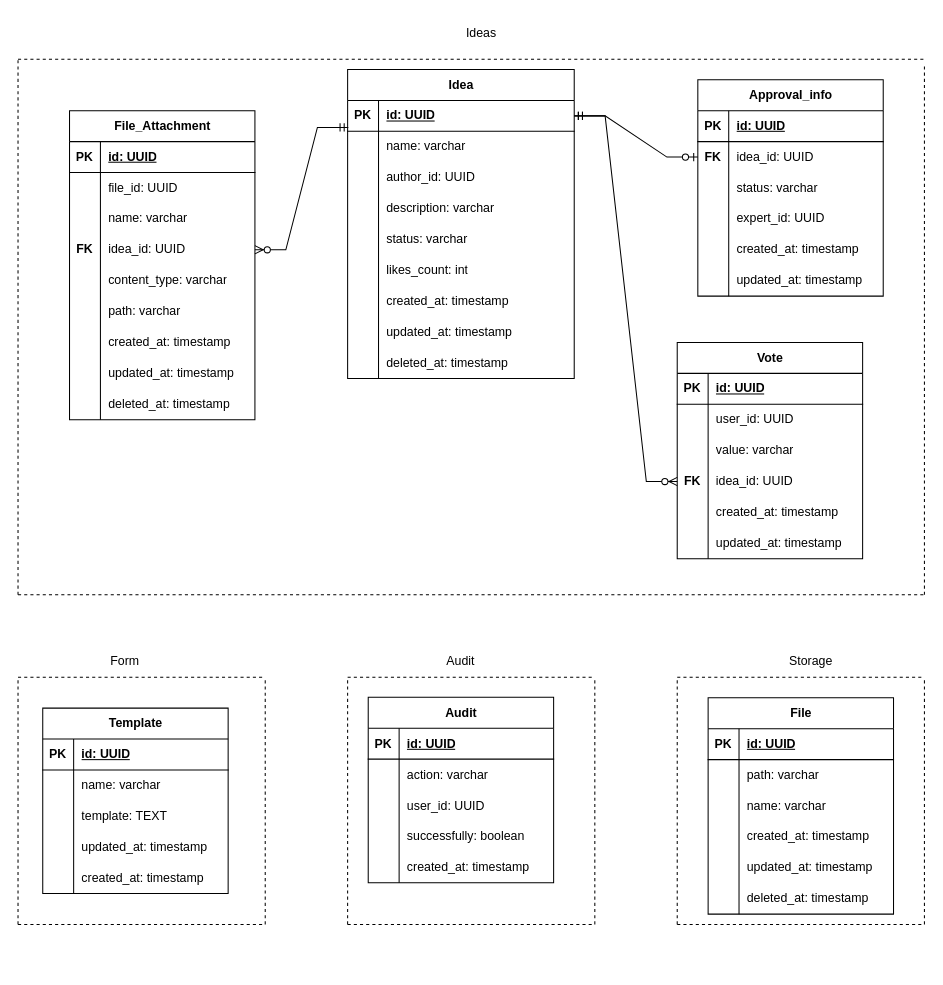
This is page "ERD" (3 of 5) of Service of business ideas.drawio.xml from DannyHromau/monitoring-service, a draw.io file, before an edit. Source tidied: cells renumbered, new cells numbered last; positions are measured from the earlier drawing's top-left corner, leaving out a move shared by most shapes. Both pictures are drawn from the tidied source at 103%, with x=0, y=0 at pixel (18, 18).
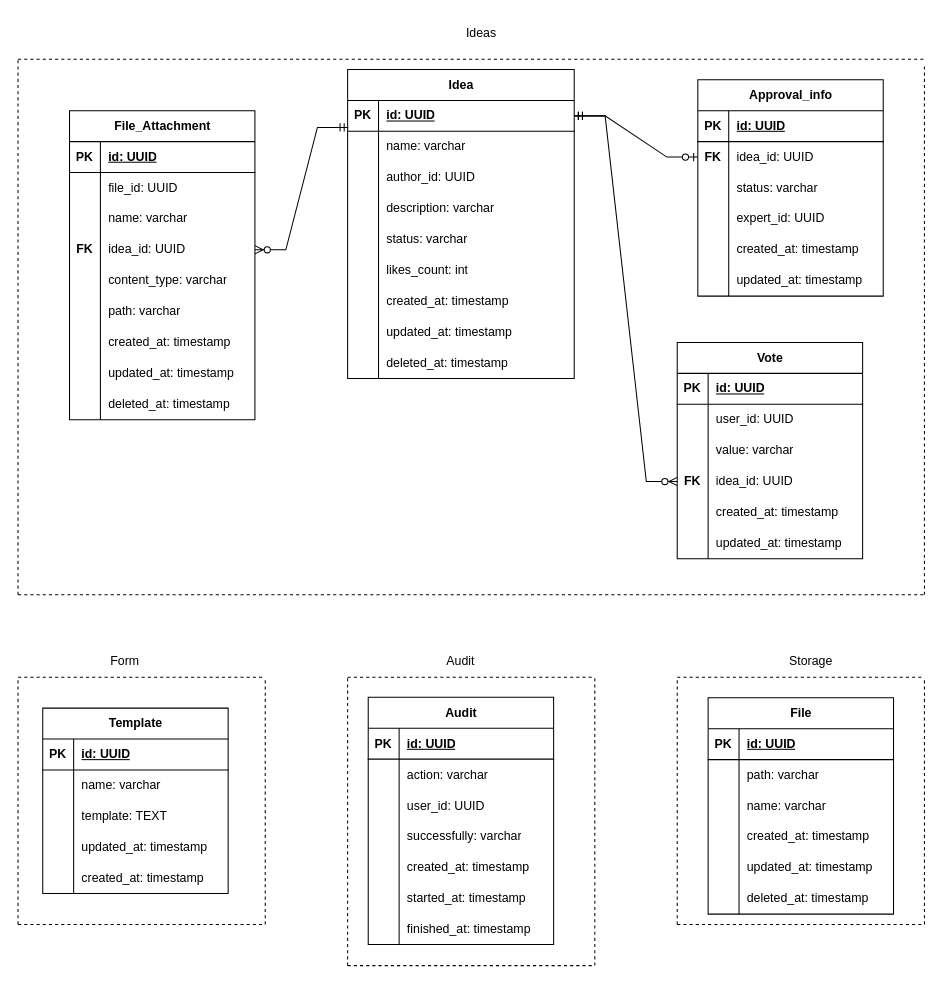
Above is the later version.

Unchanged cells that the change refers to:
```xml
<mxCell id="128" style="shape=tableRow;horizontal=0;startSize=0;swimlaneHead=0;swimlaneBody=0;top=0;left=0;right=0;bottom=0;strokeColor=default;fillColor=none;" parent="118" vertex="1">
  <mxGeometry y="120" width="180" height="30" as="geometry" />
</mxCell>
```

What changed in the source:
```diff
@@
     <mxCell id="118" value="Audit" style="shape=table;startSize=30;childLayout=tableLayout;rowLines=0;fontStyle=1;align=center;html=1;strokeColor=default;fillColor=none;" parent="1" vertex="1">
-      <mxGeometry x="340" y="659.5" width="180" height="180" as="geometry" />
+      <mxGeometry x="340" y="659.5" width="180" height="240" as="geometry" />
     </mxCell>
@@
-    <mxCell id="130" value="successfully: boolean" style="shape=partialRectangle;top=0;left=0;bottom=0;right=0;align=left;spacingLeft=6;overflow=hidden;whiteSpace=wrap;html=1;strokeColor=default;fillColor=none;" parent="128" vertex="1">
+    <mxCell id="130" value="successfully: varchar" style="shape=partialRectangle;top=0;left=0;bottom=0;right=0;align=left;spacingLeft=6;overflow=hidden;whiteSpace=wrap;html=1;strokeColor=default;fillColor=none;" parent="128" vertex="1">
       <mxGeometry x="30" width="150" height="30" as="geometry" />
     </mxCell>
@@
+    <mxCell id="170" style="shape=tableRow;horizontal=0;startSize=0;swimlaneHead=0;swimlaneBody=0;top=0;left=0;right=0;bottom=0;strokeColor=default;fillColor=none;" parent="118" vertex="1">
+      <mxGeometry y="180" width="180" height="30" as="geometry" />
+    </mxCell>
+    <mxCell id="171" style="shape=partialRectangle;top=0;left=0;bottom=0;right=0;overflow=hidden;whiteSpace=wrap;html=1;strokeColor=default;fillColor=none;" parent="170" vertex="1">
+      <mxGeometry width="30" height="30" as="geometry" />
+    </mxCell>
+    <mxCell id="172" value="started_at: timestamp" style="shape=partialRectangle;top=0;left=0;bottom=0;right=0;align=left;spacingLeft=6;overflow=hidden;whiteSpace=wrap;html=1;strokeColor=default;fillColor=none;" parent="170" vertex="1">
+      <mxGeometry x="30" width="150" height="30" as="geometry" />
+    </mxCell>
+    <mxCell id="173" style="shape=tableRow;horizontal=0;startSize=0;swimlaneHead=0;swimlaneBody=0;top=0;left=0;right=0;bottom=0;strokeColor=default;fillColor=none;" parent="118" vertex="1">
+      <mxGeometry y="210" width="180" height="30" as="geometry" />
+    </mxCell>
+    <mxCell id="174" style="shape=partialRectangle;top=0;left=0;bottom=0;right=0;overflow=hidden;whiteSpace=wrap;html=1;strokeColor=default;fillColor=none;" parent="173" vertex="1">
+      <mxGeometry width="30" height="30" as="geometry" />
+    </mxCell>
+    <mxCell id="175" value="fi&lt;span style=&quot;background-color: initial;&quot;&gt;nished_at: timestamp&lt;/span&gt;" style="shape=partialRectangle;top=0;left=0;bottom=0;right=0;align=left;spacingLeft=6;overflow=hidden;whiteSpace=wrap;html=1;strokeColor=default;fillColor=none;" parent="173" vertex="1">
+      <mxGeometry x="30" width="150" height="30" as="geometry" />
+    </mxCell>
@@
     <mxCell id="135" style="endArrow=none;dashed=1;html=1;rounded=0;" parent="1" edge="1">
       <mxGeometry relative="1" as="geometry">
-        <mxPoint x="320" y="880" as="sourcePoint" />
+        <mxPoint x="320" y="920" as="sourcePoint" />
         <mxPoint x="320" y="640" as="targetPoint" />
       </mxGeometry>
     </mxCell>
     <mxCell id="136" style="endArrow=none;dashed=1;html=1;rounded=0;" parent="1" edge="1">
       <mxGeometry relative="1" as="geometry">
-        <mxPoint x="320" y="880" as="sourcePoint" />
-        <mxPoint x="560" y="880" as="targetPoint" />
+        <mxPoint x="320" y="920" as="sourcePoint" />
+        <mxPoint x="560" y="920" as="targetPoint" />
       </mxGeometry>
     </mxCell>
     <mxCell id="137" style="endArrow=none;dashed=1;html=1;rounded=0;" parent="1" edge="1">
       <mxGeometry relative="1" as="geometry">
-        <mxPoint x="560" y="880" as="sourcePoint" />
+        <mxPoint x="560" y="920" as="sourcePoint" />
         <mxPoint x="560" y="640" as="targetPoint" />
       </mxGeometry>
     </mxCell>
```
